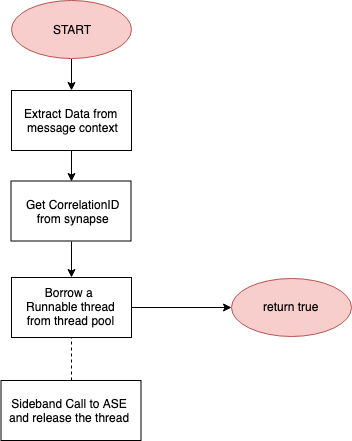
Above: images/responseFlow.png in wso2-extensions/apim-handler-pingai (draw.io), before the change. Source tidied: cells renumbered, new cells last; positions are measured from the earlier drawing's top-left corner, leaving out a move shared by most shapes.
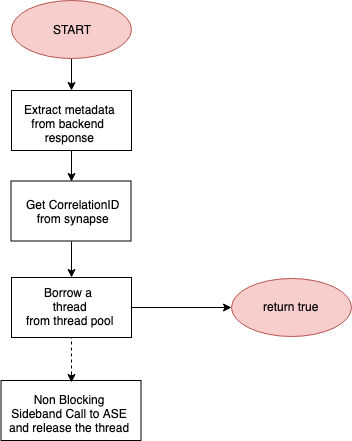
After the commit.

Commit message:
flow charts updated, defualt configurations changed, carbon.apimgt.verion added to import packages in pom

Diff of the diagram source:
```diff
@@ -8,8 +8,8 @@
     <mxCell id="3" style="rounded=0;whiteSpace=wrap;html=1;" parent="1" vertex="1">
       <mxGeometry x="10" y="90" width="120" height="60" as="geometry" />
     </mxCell>
-    <mxCell id="4" value="&lt;div style=&quot;text-align: center&quot;&gt;Extract Data from&amp;nbsp;&lt;/div&gt;&lt;div style=&quot;text-align: center&quot;&gt;message context&lt;/div&gt;" style="text;html=1;align=left;verticalAlign=top;spacingTop=-4;" parent="1" vertex="1">
-      <mxGeometry x="21" y="104" width="110" height="30" as="geometry" />
+    <mxCell id="4" value="&lt;div style=&quot;text-align: center&quot;&gt;&lt;div&gt;Extract metadata&lt;/div&gt;&lt;div&gt;from&amp;nbsp;backend&amp;nbsp;&lt;/div&gt;&lt;div&gt;response&lt;/div&gt;&lt;/div&gt;" style="text;html=1;align=left;verticalAlign=top;spacingTop=-4;" parent="1" vertex="1">
+      <mxGeometry x="20.5" y="99.5" width="110" height="40" as="geometry" />
     </mxCell>
     <mxCell id="5" style="edgeStyle=orthogonalEdgeStyle;rounded=0;jettySize=auto;html=1;exitX=0.5;exitY=1;exitDx=0;exitDy=0;entryX=0.5;entryY=0;entryDx=0;entryDy=0;" parent="1" edge="1" source="6" target="9">
       <mxGeometry relative="1" as="geometry" />
@@ -26,7 +26,7 @@
     <mxCell id="9" style="rounded=0;whiteSpace=wrap;html=1;" parent="1" vertex="1">
       <mxGeometry x="10" y="277" width="120" height="60" as="geometry" />
     </mxCell>
-    <mxCell id="10" value="&lt;div style=&quot;text-align: center&quot;&gt;Borrow a&amp;nbsp;&lt;/div&gt;&lt;div style=&quot;text-align: center&quot;&gt;Runnable&amp;nbsp;&lt;span&gt;thread&lt;/span&gt;&lt;/div&gt;&lt;div style=&quot;text-align: center&quot;&gt;from thread pool&lt;/div&gt;" style="text;html=1;align=left;verticalAlign=top;spacingTop=-4;" parent="1" vertex="1">
+    <mxCell id="10" value="&lt;div style=&quot;text-align: center&quot;&gt;Borrow a&amp;nbsp;&lt;/div&gt;&lt;div style=&quot;text-align: center&quot;&gt;&lt;span&gt;thread&lt;/span&gt;&lt;/div&gt;&lt;div style=&quot;text-align: center&quot;&gt;from thread pool&lt;/div&gt;" style="text;html=1;align=left;verticalAlign=top;spacingTop=-4;" parent="1" vertex="1">
       <mxGeometry x="22.5" y="283" width="100" height="40" as="geometry" />
     </mxCell>
     <mxCell id="11" style="ellipse;whiteSpace=wrap;html=1;fillColor=#f8cecc;strokeColor=#b85450;" parent="1" vertex="1">
@@ -44,11 +44,17 @@
     <mxCell id="15" style="rounded=0;whiteSpace=wrap;html=1;" parent="1" vertex="1">
       <mxGeometry x="-0.5" y="380" width="140" height="60" as="geometry" />
     </mxCell>
-    <mxCell id="16" value="&lt;div style=&quot;text-align: center&quot;&gt;Sideband Call to ASE&lt;/div&gt;&lt;div style=&quot;text-align: center&quot;&gt;and release the thread&lt;/div&gt;" style="text;html=1;align=left;verticalAlign=top;spacingTop=-4;" parent="1" vertex="1">
-      <mxGeometry x="5.5" y="393.5" width="140" height="30" as="geometry" />
+    <mxCell id="16" value="&lt;div style=&quot;text-align: center&quot;&gt;Non Blocking&lt;/div&gt;&lt;div style=&quot;text-align: center&quot;&gt;Sideband Call to ASE&lt;/div&gt;&lt;div style=&quot;text-align: center&quot;&gt;and release the thread&lt;/div&gt;" style="text;html=1;align=left;verticalAlign=top;spacingTop=-4;" parent="1" vertex="1">
+      <mxGeometry x="5.5" y="390" width="140" height="40" as="geometry" />
     </mxCell>
     <mxCell id="17" style="endArrow=none;dashed=1;html=1;entryX=0.5;entryY=1;entryDx=0;entryDy=0;exitX=0.5;exitY=0;exitDx=0;exitDy=0;" parent="1" edge="1" source="15" target="9">
       <mxGeometry relative="1" as="geometry" />
     </mxCell>
+    <mxCell id="18" style="endArrow=classic;html=1;" parent="1" edge="1">
+      <mxGeometry relative="1" as="geometry">
+        <mxPoint x="70" y="372" as="sourcePoint" />
+        <mxPoint x="70" y="382" as="targetPoint" />
+      </mxGeometry>
+    </mxCell>
   </root>
 </mxGraphModel>
```
